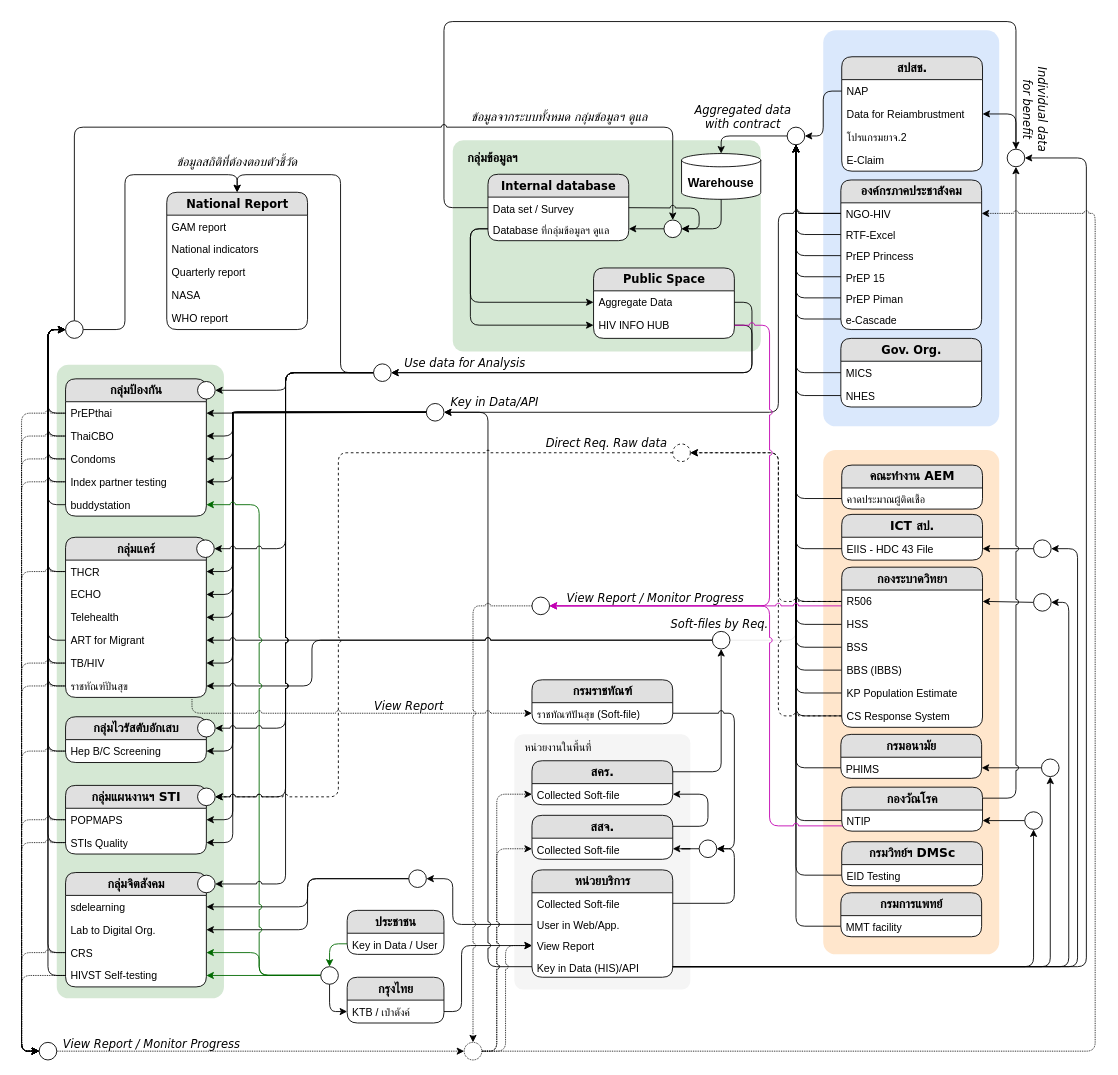
anun311/regist keeps this draw.io diagram as page "V3" (1 of 4) of DataSourceOVW.drawio. Above is the earlier version. Source tidied: cells renumbered, new cells numbered last; positions are measured from the earlier drawing's top-left corner, leaving out a move shared by most shapes. Both pictures are drawn from the tidied source at 88%, with x=0, y=0 at pixel (39, 21).
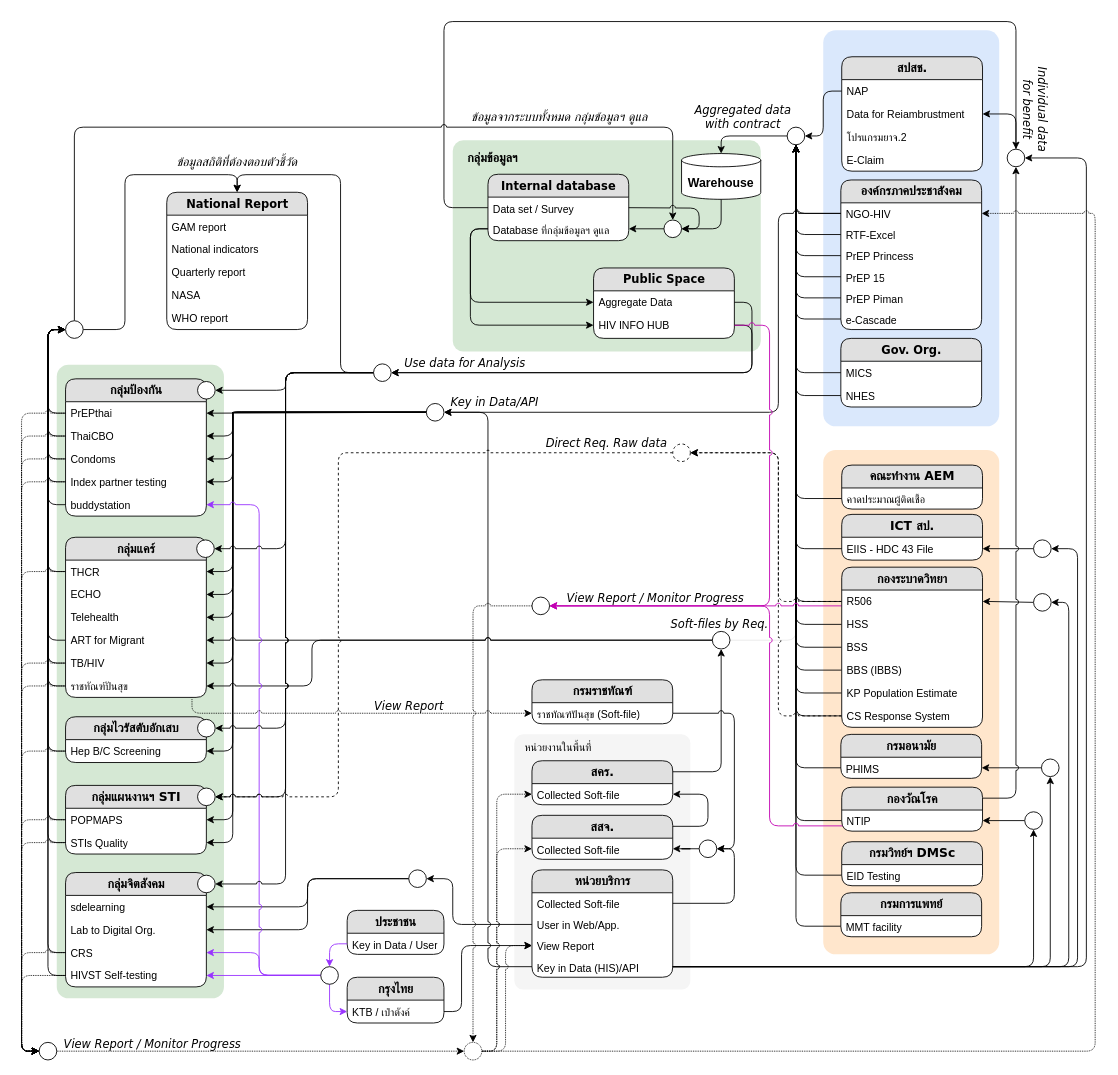
Above is the later version.

The change refers to these unchanged cells:
```xml
<mxCell id="109" value="buddystation" style="text;html=1;strokeColor=none;fillColor=none;spacingLeft=4;spacingRight=4;whiteSpace=wrap;overflow=hidden;points=[[0,0.5],[1,0.5]];portConstraint=eastwest;" parent="104" vertex="1">
  <mxGeometry y="130" width="160" height="26" as="geometry" />
</mxCell>
<mxCell id="113" value="CRS" style="text;html=1;strokeColor=none;fillColor=none;spacingLeft=4;spacingRight=4;whiteSpace=wrap;overflow=hidden;points=[[0,0.5],[1,0.5]];portConstraint=eastwest;" parent="110" vertex="1">
  <mxGeometry y="78" width="160" height="26" as="geometry" />
</mxCell>
<mxCell id="114" value="HIVST Self-testing&amp;nbsp;" style="text;html=1;strokeColor=none;fillColor=none;spacingLeft=4;spacingRight=4;whiteSpace=wrap;overflow=hidden;points=[[0,0.5],[1,0.5]];portConstraint=eastwest;" parent="110" vertex="1">
  <mxGeometry y="104" width="160" height="26" as="geometry" />
</mxCell>
<mxCell id="146" style="ellipse;whiteSpace=wrap;html=1;fontFamily=Helvetica;fontSize=11;fontColor=default;" parent="1" vertex="1">
  <mxGeometry x="320" y="1074" width="20" height="20" as="geometry" />
</mxCell>
<mxCell id="148" value="Key in Data / User" style="text;html=1;strokeColor=none;fillColor=none;spacingLeft=4;spacingRight=4;whiteSpace=wrap;overflow=hidden;points=[[0,0.5],[1,0.5]];portConstraint=eastwest;" parent="147" vertex="1">
  <mxGeometry y="26" width="110" height="24" as="geometry" />
</mxCell>
<mxCell id="151" value="KTB / เป๋าตังค์" style="text;html=1;strokeColor=none;fillColor=none;spacingLeft=4;spacingRight=4;whiteSpace=wrap;overflow=hidden;points=[[0,0.5],[1,0.5]];portConstraint=eastwest;" parent="150" vertex="1">
  <mxGeometry y="26" width="110" height="26" as="geometry" />
</mxCell>
```

What changed in the source:
```diff
@@
-    <mxCell id="142" style="edgeStyle=orthogonalEdgeStyle;shape=connector;rounded=1;jumpStyle=arc;jettySize=auto;html=1;entryX=1;entryY=0.5;entryDx=0;entryDy=0;labelBackgroundColor=default;strokeColor=#006900;align=center;verticalAlign=middle;fontFamily=Helvetica;fontSize=11;fontColor=default;endArrow=classic;" parent="1" edge="1" source="146" target="114">
+    <mxCell id="142" style="edgeStyle=orthogonalEdgeStyle;shape=connector;rounded=1;jumpStyle=arc;jettySize=auto;html=1;entryX=1;entryY=0.5;entryDx=0;entryDy=0;labelBackgroundColor=default;strokeColor=#9933FF;align=center;verticalAlign=middle;fontFamily=Helvetica;fontSize=11;fontColor=default;endArrow=classic;" parent="1" edge="1" source="146" target="114">
       <mxGeometry relative="1" as="geometry" />
     </mxCell>
-    <mxCell id="143" style="edgeStyle=orthogonalEdgeStyle;shape=connector;rounded=1;jumpStyle=arc;jettySize=auto;html=1;exitX=0;exitY=0.5;exitDx=0;exitDy=0;entryX=1;entryY=0.5;entryDx=0;entryDy=0;labelBackgroundColor=default;strokeColor=#006900;align=center;verticalAlign=middle;fontFamily=Helvetica;fontSize=11;fontColor=default;endArrow=classic;" parent="1" edge="1" source="146" target="113">
+    <mxCell id="143" style="edgeStyle=orthogonalEdgeStyle;shape=connector;rounded=1;jumpStyle=arc;jettySize=auto;html=1;exitX=0;exitY=0.5;exitDx=0;exitDy=0;entryX=1;entryY=0.5;entryDx=0;entryDy=0;labelBackgroundColor=default;strokeColor=#9933FF;align=center;verticalAlign=middle;fontFamily=Helvetica;fontSize=11;fontColor=default;endArrow=classic;" parent="1" edge="1" source="146" target="113">
       <mxGeometry relative="1" as="geometry">
         <Array as="points">
           <mxPoint x="250" y="1084" />
           <mxPoint x="250" y="1058" />
         </Array>
       </mxGeometry>
     </mxCell>
-    <mxCell id="144" style="edgeStyle=orthogonalEdgeStyle;shape=connector;rounded=1;jumpStyle=arc;jettySize=auto;html=1;labelBackgroundColor=default;strokeColor=#006900;align=center;verticalAlign=middle;fontFamily=Helvetica;fontSize=11;fontColor=default;endArrow=classic;entryX=1;entryY=0.5;entryDx=0;entryDy=0;" parent="1" edge="1" target="109">
+    <mxCell id="144" style="edgeStyle=orthogonalEdgeStyle;shape=connector;rounded=1;jumpStyle=arc;jettySize=auto;html=1;labelBackgroundColor=default;strokeColor=#9933FF;align=center;verticalAlign=middle;fontFamily=Helvetica;fontSize=11;fontColor=default;endArrow=classic;entryX=1;entryY=0.5;entryDx=0;entryDy=0;" parent="1" edge="1" target="109">
       <mxGeometry relative="1" as="geometry">
         <mxPoint x="320" y="1083.5" as="sourcePoint" />
         <Array as="points">
           <mxPoint x="250" y="1083" />
           <mxPoint x="250" y="549" />
         </Array>
       </mxGeometry>
     </mxCell>
-    <mxCell id="145" style="shape=connector;rounded=1;jumpStyle=arc;jettySize=auto;html=1;labelBackgroundColor=default;strokeColor=default;align=center;verticalAlign=middle;fontFamily=Helvetica;fontSize=11;fontColor=default;endArrow=classic;edgeStyle=orthogonalEdgeStyle;exitX=0.5;exitY=1;exitDx=0;exitDy=0;entryX=0;entryY=0.5;entryDx=0;entryDy=0;" parent="1" edge="1" source="146" target="151">
+    <mxCell id="145" style="shape=connector;rounded=1;jumpStyle=arc;jettySize=auto;html=1;labelBackgroundColor=default;strokeColor=#9933FF;align=center;verticalAlign=middle;fontFamily=Helvetica;fontSize=11;fontColor=default;endArrow=classic;edgeStyle=orthogonalEdgeStyle;exitX=0.5;exitY=1;exitDx=0;exitDy=0;entryX=0;entryY=0.5;entryDx=0;entryDy=0;" parent="1" edge="1" source="146" target="151">
       <mxGeometry relative="1" as="geometry">
         <Array as="points">
           <mxPoint x="330" y="1125" />
         </Array>
       </mxGeometry>
     </mxCell>
@@
-    <mxCell id="149" style="edgeStyle=orthogonalEdgeStyle;shape=connector;rounded=1;jumpStyle=arc;jettySize=auto;html=1;entryX=0.5;entryY=0;entryDx=0;entryDy=0;labelBackgroundColor=default;strokeColor=#006900;align=center;verticalAlign=middle;fontFamily=Helvetica;fontSize=11;fontColor=default;endArrow=classic;" parent="1" edge="1" source="148" target="146">
+    <mxCell id="149" style="edgeStyle=orthogonalEdgeStyle;shape=connector;rounded=1;jumpStyle=arc;jettySize=auto;html=1;entryX=0.5;entryY=0;entryDx=0;entryDy=0;labelBackgroundColor=default;strokeColor=#9933FF;align=center;verticalAlign=middle;fontFamily=Helvetica;fontSize=11;fontColor=default;endArrow=classic;" parent="1" edge="1" source="148" target="146">
       <mxGeometry relative="1" as="geometry" />
     </mxCell>
@@
     <mxCell id="198" value="View Report / Monitor Progress&amp;nbsp;" style="text;html=1;strokeColor=none;fillColor=none;align=center;verticalAlign=middle;whiteSpace=wrap;rounded=0;fontSize=13;fontFamily=Verdana;fontColor=default;fontStyle=2;" parent="1" vertex="1">
-      <mxGeometry x="20" y="1147" width="220" height="30" as="geometry" />
+      <mxGeometry x="21" y="1147" width="220" height="30" as="geometry" />
     </mxCell>
```
